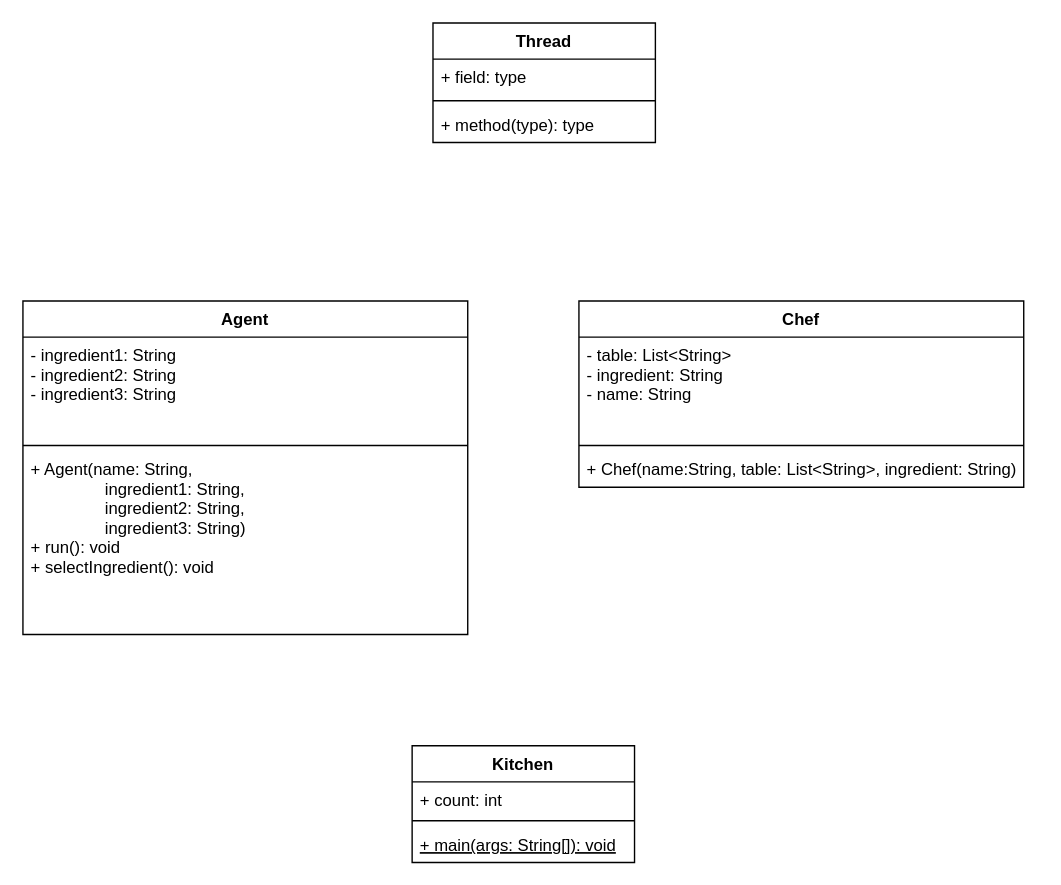
Earlier version of the draw.io diagram A1.drawio (trong0dn/sandwich-problem). Source tidied: cells renumbered, new cells numbered last; positions are measured from the earlier drawing's top-left corner, leaving out a move shared by most shapes. Both pictures are drawn from the tidied source at 139%, with x=0, y=0 at pixel (22, 22).
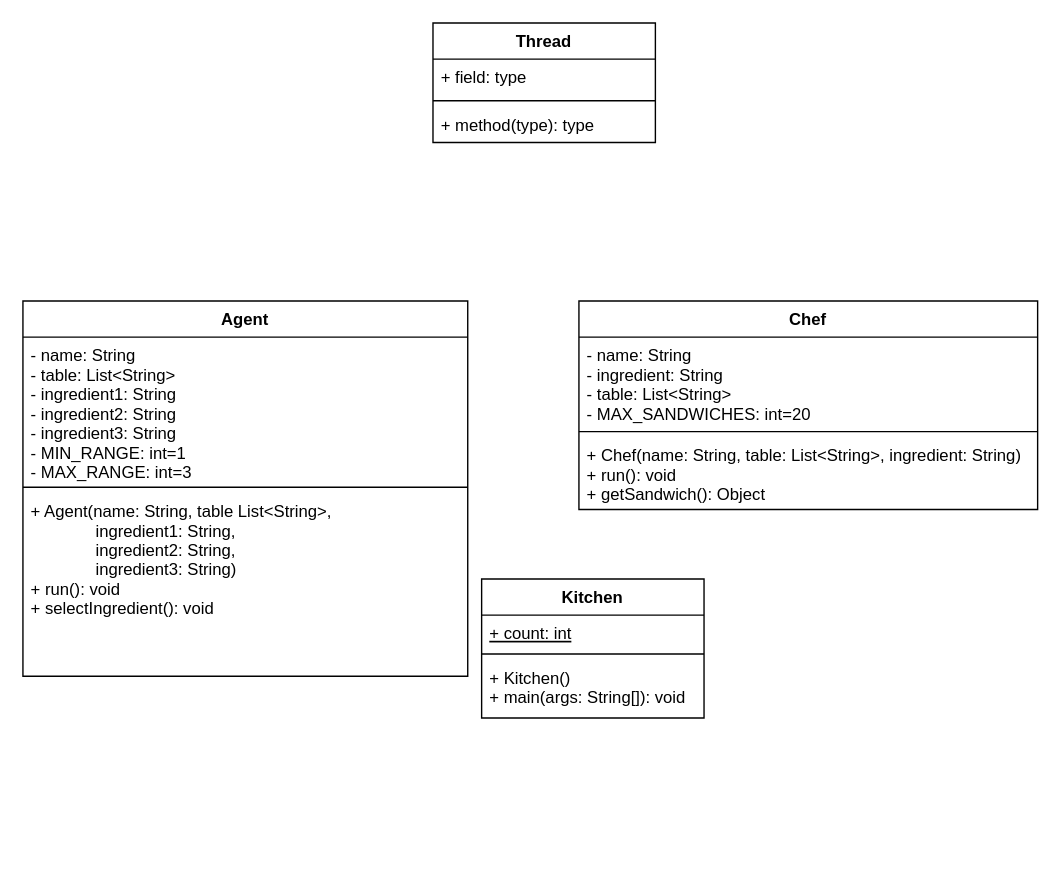
Above is the later version.

What changed in the source:
```diff
@@
 <mxGraphModel>
   <root>
     <mxCell id="0" />
     <mxCell id="1" parent="0" />
     <mxCell id="2" value="Agent" style="swimlane;fontStyle=1;align=center;verticalAlign=top;horizontal=1;startSize=26;" parent="1" vertex="1">
-      <mxGeometry y="200" width="320" height="240" as="geometry" />
+      <mxGeometry y="200" width="320" height="270" as="geometry" />
     </mxCell>
-    <mxCell id="3" value="- ingredient1: String&#10;- ingredient2: String&#10;- ingredient3: String" style="text;strokeColor=none;fillColor=none;align=left;verticalAlign=top;spacingLeft=4;spacingRight=4;overflow=hidden;" parent="2" vertex="1">
-      <mxGeometry y="26" width="320" height="74" as="geometry" />
+    <mxCell id="3" value="- name: String&#10;- table: List&lt;String&gt;&#10;- ingredient1: String&#10;- ingredient2: String&#10;- ingredient3: String&#10;- MIN_RANGE: int=1&#10;- MAX_RANGE: int=3" style="text;strokeColor=none;fillColor=none;align=left;verticalAlign=top;spacingLeft=4;spacingRight=4;overflow=hidden;" parent="2" vertex="1">
+      <mxGeometry y="26" width="320" height="104" as="geometry" />
     </mxCell>
     <mxCell id="4" style="line;strokeWidth=1;fillColor=none;align=left;verticalAlign=middle;spacingTop=-1;spacingLeft=3;spacingRight=3;labelPosition=right;strokeColor=inherit;" parent="2" vertex="1">
-      <mxGeometry y="100" width="320" height="8" as="geometry" />
+      <mxGeometry y="130" width="320" height="8" as="geometry" />
     </mxCell>
-    <mxCell id="5" value="+ Agent(name: String, &#10;                ingredient1: String, &#10;                ingredient2: String, &#10;                ingredient3: String)&#10;+ run(): void&#10;+ selectIngredient(): void" style="text;strokeColor=none;fillColor=none;align=left;verticalAlign=top;spacingLeft=4;spacingRight=4;overflow=hidden;" parent="2" vertex="1">
-      <mxGeometry y="108" width="320" height="132" as="geometry" />
+    <mxCell id="5" value="+ Agent(name: String, table List&lt;String&gt;, &#10;              ingredient1: String, &#10;              ingredient2: String, &#10;              ingredient3: String)&#10;+ run(): void&#10;+ selectIngredient(): void" style="text;strokeColor=none;fillColor=none;align=left;verticalAlign=top;spacingLeft=4;spacingRight=4;overflow=hidden;" parent="2" vertex="1">
+      <mxGeometry y="138" width="320" height="132" as="geometry" />
     </mxCell>
     <mxCell id="6" value="Kitchen" style="swimlane;fontStyle=1;align=center;verticalAlign=top;horizontal=1;startSize=26;" parent="1" vertex="1">
-      <mxGeometry x="280" y="520" width="160" height="84" as="geometry" />
+      <mxGeometry x="330" y="400" width="160" height="100" as="geometry" />
     </mxCell>
-    <mxCell id="7" value="+ count: int" style="text;strokeColor=none;fillColor=none;align=left;verticalAlign=top;spacingLeft=4;spacingRight=4;overflow=hidden;" parent="6" vertex="1">
+    <mxCell id="7" value="+ count: int" style="text;strokeColor=none;fillColor=none;align=left;verticalAlign=top;spacingLeft=4;spacingRight=4;overflow=hidden;fontStyle=4;" parent="6" vertex="1">
       <mxGeometry y="26" width="160" height="24" as="geometry" />
     </mxCell>
     <mxCell id="8" style="line;strokeWidth=1;fillColor=none;align=left;verticalAlign=middle;spacingTop=-1;spacingLeft=3;spacingRight=3;labelPosition=right;strokeColor=inherit;" parent="6" vertex="1">
       <mxGeometry y="50" width="160" height="8" as="geometry" />
     </mxCell>
-    <mxCell id="9" value="+ main(args: String[]): void" style="text;strokeColor=none;fillColor=none;align=left;verticalAlign=top;spacingLeft=4;spacingRight=4;overflow=hidden;fontStyle=4;" parent="6" vertex="1">
-      <mxGeometry y="58" width="160" height="26" as="geometry" />
+    <mxCell id="9" value="+ Kitchen()&#10;+ main(args: String[]): void" style="text;strokeColor=none;fillColor=none;align=left;verticalAlign=top;spacingLeft=4;spacingRight=4;overflow=hidden;fontStyle=0;" parent="6" vertex="1">
+      <mxGeometry y="58" width="160" height="42" as="geometry" />
     </mxCell>
     <mxCell id="10" value="Chef" style="swimlane;fontStyle=1;align=center;verticalAlign=top;horizontal=1;startSize=26;" parent="1" vertex="1">
-      <mxGeometry x="400" y="200" width="320" height="134" as="geometry" />
+      <mxGeometry x="400" y="200" width="330" height="150" as="geometry" />
     </mxCell>
-    <mxCell id="11" value="- table: List&lt;String&gt;&#10;- ingredient: String&#10;- name: String" style="text;strokeColor=none;fillColor=none;align=left;verticalAlign=top;spacingLeft=4;spacingRight=4;overflow=hidden;" parent="10" vertex="1">
-      <mxGeometry y="26" width="320" height="74" as="geometry" />
+    <mxCell id="11" value="- name: String&#10;- ingredient: String&#10;- table: List&lt;String&gt;&#10;- MAX_SANDWICHES: int=20" style="text;strokeColor=none;fillColor=none;align=left;verticalAlign=top;spacingLeft=4;spacingRight=4;overflow=hidden;fontStyle=0;" parent="10" vertex="1">
+      <mxGeometry y="26" width="330" height="64" as="geometry" />
     </mxCell>
     <mxCell id="12" style="line;strokeWidth=1;fillColor=none;align=left;verticalAlign=middle;spacingTop=-1;spacingLeft=3;spacingRight=3;labelPosition=right;strokeColor=inherit;" parent="10" vertex="1">
-      <mxGeometry y="100" width="320" height="8" as="geometry" />
+      <mxGeometry y="90" width="330" height="8" as="geometry" />
     </mxCell>
-    <mxCell id="13" value="+ Chef(name:String, table: List&lt;String&gt;, ingredient: String)" style="text;strokeColor=none;fillColor=none;align=left;verticalAlign=top;spacingLeft=4;spacingRight=4;overflow=hidden;" parent="10" vertex="1">
-      <mxGeometry y="108" width="320" height="26" as="geometry" />
+    <mxCell id="13" value="+ Chef(name: String, table: List&lt;String&gt;, ingredient: String)&#10;+ run(): void&#10;+ getSandwich(): Object" style="text;strokeColor=none;fillColor=none;align=left;verticalAlign=top;spacingLeft=4;spacingRight=4;overflow=hidden;" parent="10" vertex="1">
+      <mxGeometry y="98" width="330" height="52" as="geometry" />
     </mxCell>
     <mxCell id="14" value="Thread" style="swimlane;fontStyle=1;align=center;verticalAlign=top;horizontal=1;startSize=26;" parent="1" vertex="1">
       <mxGeometry x="295" width="160" height="86" as="geometry" />
     </mxCell>
     <mxCell id="15" value="+ field: type" style="text;strokeColor=none;fillColor=none;align=left;verticalAlign=top;spacingLeft=4;spacingRight=4;overflow=hidden;" parent="14" vertex="1">
       <mxGeometry y="26" width="160" height="26" as="geometry" />
     </mxCell>
     <mxCell id="16" style="line;strokeWidth=1;fillColor=none;align=left;verticalAlign=middle;spacingTop=-1;spacingLeft=3;spacingRight=3;labelPosition=right;strokeColor=inherit;" parent="14" vertex="1">
       <mxGeometry y="52" width="160" height="8" as="geometry" />
     </mxCell>
     <mxCell id="17" value="+ method(type): type" style="text;strokeColor=none;fillColor=none;align=left;verticalAlign=top;spacingLeft=4;spacingRight=4;overflow=hidden;" parent="14" vertex="1">
       <mxGeometry y="60" width="160" height="26" as="geometry" />
     </mxCell>
   </root>
 </mxGraphModel>
```
